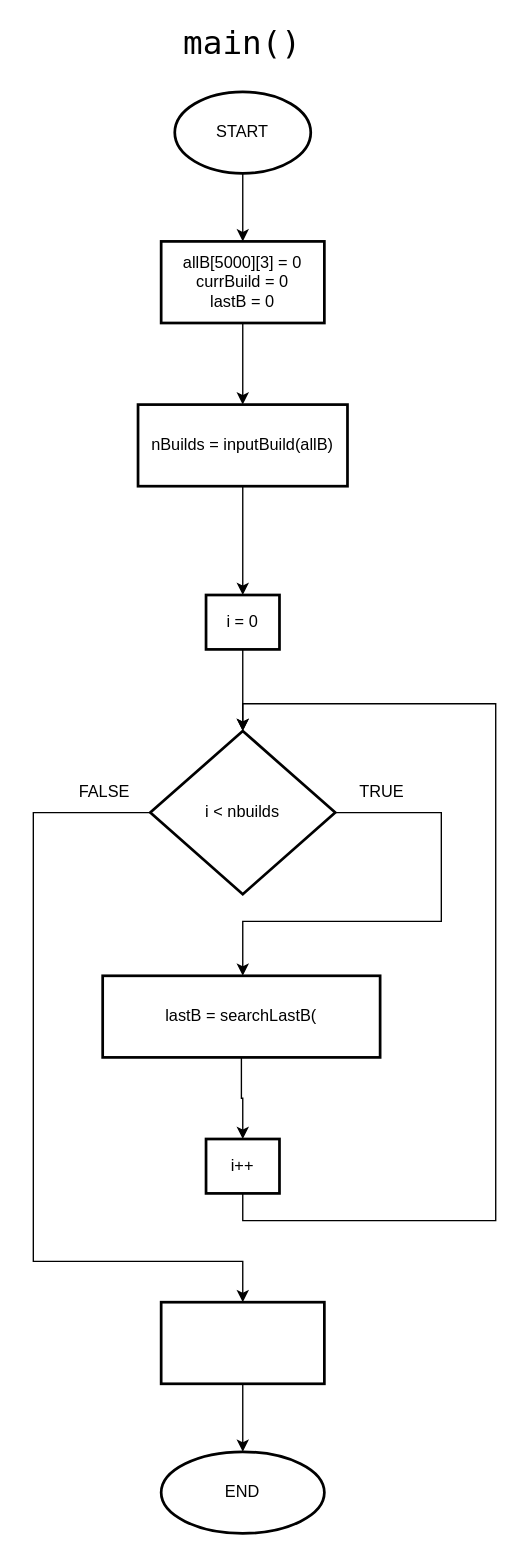
Above: page "main()" (1 of 5) of Skyline.drawio in Rexrder/skyline (draw.io), before the change. Source tidied: cells renumbered, new cells numbered last; positions are measured from the earlier drawing's top-left corner, leaving out a move shared by most shapes. Both pictures are drawn from the tidied source at 136%, with x=0, y=0 at pixel (33, 23).
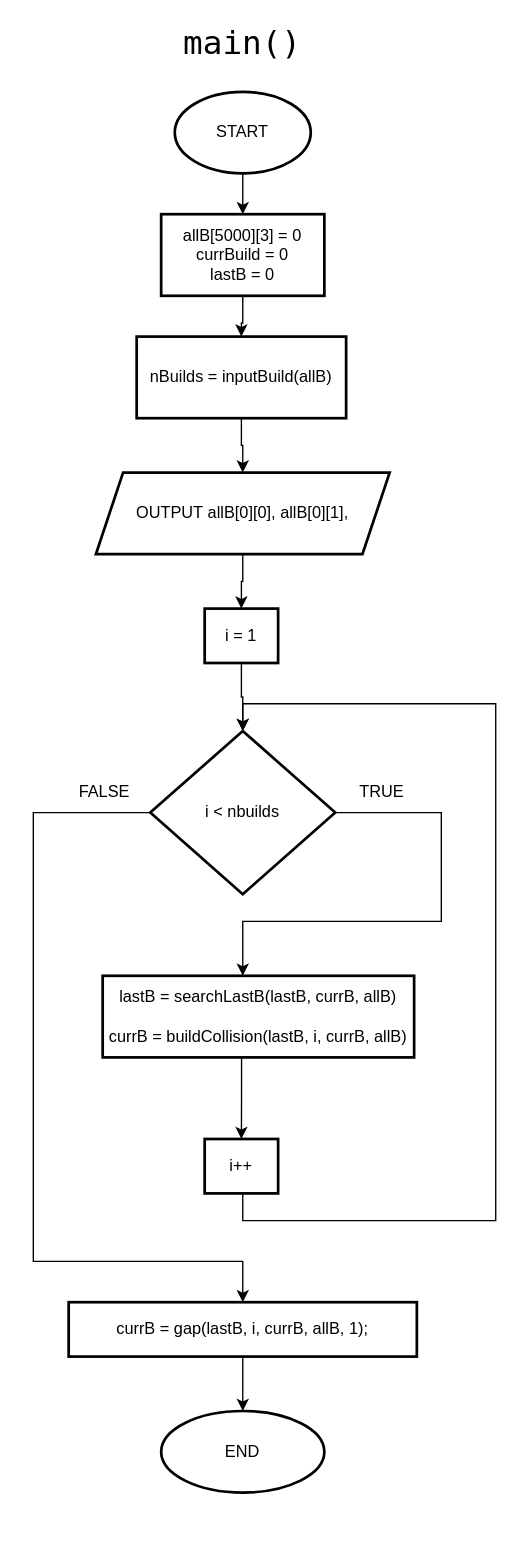
The same diagram, later.

What changed in the source:
```diff
@@
     <mxCell id="5" value="allB[5000][3] = 0&lt;br&gt;currBuild = 0&lt;br&gt;lastB = 0" style="whiteSpace=wrap;html=1;strokeWidth=2;" parent="1" vertex="1">
-      <mxGeometry x="94" y="160" width="120" height="60" as="geometry" />
+      <mxGeometry x="94" y="140" width="120" height="60" as="geometry" />
     </mxCell>
-    <mxCell id="6" style="edgeStyle=orthogonalEdgeStyle;rounded=0;jettySize=auto;html=1;" parent="1" edge="1" source="7" target="10">
-      <mxGeometry relative="1" as="geometry" />
-    </mxCell>
+    <mxCell id="23" style="edgeStyle=orthogonalEdgeStyle;rounded=0;jettySize=auto;html=1;fontSize=24;" parent="1" edge="1" source="7" target="25">
+      <mxGeometry relative="1" as="geometry" />
+    </mxCell>
     <mxCell id="7" value="nBuilds = inputBuild(allB)" style="whiteSpace=wrap;html=1;strokeWidth=2;" parent="1" vertex="1">
-      <mxGeometry x="77" y="280" width="154" height="60" as="geometry" />
+      <mxGeometry x="76" y="230" width="154" height="60" as="geometry" />
     </mxCell>
@@
-    <mxCell id="10" value="i = 0" style="whiteSpace=wrap;html=1;strokeWidth=2;" parent="1" vertex="1">
-      <mxGeometry x="127" y="420" width="54" height="40" as="geometry" />
+    <mxCell id="10" value="i = 1" style="whiteSpace=wrap;html=1;strokeWidth=2;" parent="1" vertex="1">
+      <mxGeometry x="126" y="430" width="54" height="40" as="geometry" />
     </mxCell>
@@
-    <mxCell id="14" style="edgeStyle=orthogonalEdgeStyle;rounded=0;jettySize=auto;html=1;entryX=0.5;entryY=0;entryDx=0;entryDy=0;" parent="1" edge="1" source="15" target="19">
+    <mxCell id="14" style="edgeStyle=orthogonalEdgeStyle;rounded=0;jettySize=auto;html=1;entryX=0.5;entryY=0;entryDx=0;entryDy=0;exitX=0.446;exitY=1.007;exitDx=0;exitDy=0;exitPerimeter=0;" parent="1" edge="1" source="15" target="19">
       <mxGeometry relative="1" as="geometry" />
     </mxCell>
-    <mxCell id="15" value="lastB = searchLastB(" style="whiteSpace=wrap;html=1;strokeWidth=2;" parent="1" vertex="1">
-      <mxGeometry x="51" y="700" width="204" height="60" as="geometry" />
+    <mxCell id="15" value="lastB = searchLastB(lastB, currB, allB)&lt;br&gt;&lt;br&gt;currB = buildCollision(lastB, i, currB, allB)" style="whiteSpace=wrap;strokeWidth=2;html=1;" parent="1" vertex="1">
+      <mxGeometry x="51" y="700" width="229" height="60" as="geometry" />
     </mxCell>
@@
     <mxCell id="19" value="i++" style="whiteSpace=wrap;html=1;strokeWidth=2;" parent="1" vertex="1">
-      <mxGeometry x="127" y="820" width="54" height="40" as="geometry" />
+      <mxGeometry x="126" y="820" width="54" height="40" as="geometry" />
     </mxCell>
@@
-    <mxCell id="21" style="rounded=0;whiteSpace=wrap;html=1;strokeWidth=2;" parent="1" vertex="1">
-      <mxGeometry x="94" y="940" width="120" height="60" as="geometry" />
+    <mxCell id="21" value="currB = gap(lastB, i, currB, allB, 1);" style="rounded=0;whiteSpace=wrap;strokeWidth=2;" parent="1" vertex="1">
+      <mxGeometry x="26" y="940" width="256" height="40" as="geometry" />
     </mxCell>
     <mxCell id="22" value="END" style="ellipse;whiteSpace=wrap;html=1;strokeWidth=2;" parent="1" vertex="1">
-      <mxGeometry x="94" y="1050" width="120" height="60" as="geometry" />
+      <mxGeometry x="94" y="1020" width="120" height="60" as="geometry" />
     </mxCell>
+    <mxCell id="24" style="edgeStyle=orthogonalEdgeStyle;rounded=0;jettySize=auto;html=1;fontSize=24;" parent="1" edge="1" source="25" target="10">
+      <mxGeometry relative="1" as="geometry" />
+    </mxCell>
+    <mxCell id="25" value="OUTPUT&amp;nbsp;allB[0][0], allB[0][1]," style="shape=parallelogram;perimeter=parallelogramPerimeter;whiteSpace=wrap;fixedSize=1;fontSize=12;strokeWidth=2;html=1;labelBorderColor=none;" parent="1" vertex="1">
+      <mxGeometry x="46" y="330" width="216" height="60" as="geometry" />
+    </mxCell>
```
